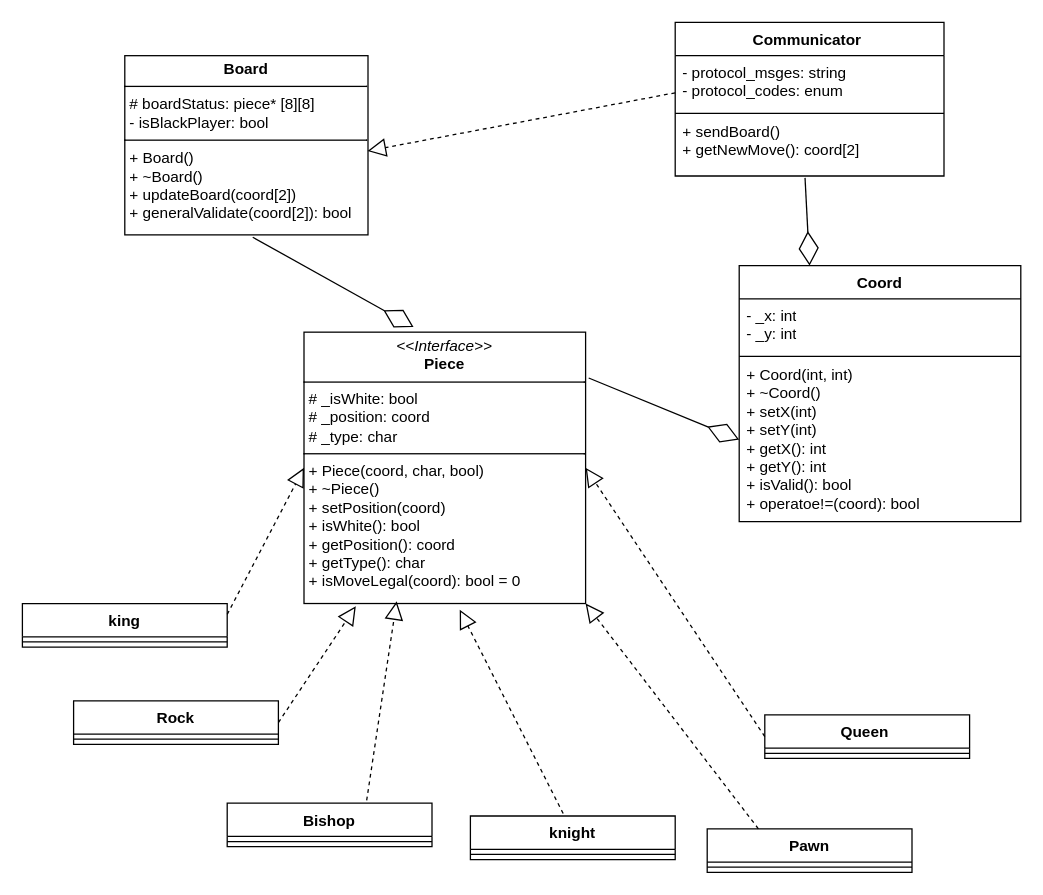
This is ChessGame_frontend_UML.drawio from ShonPis1/ChessTeam4, a draw.io file, before an edit. Source tidied: cells renumbered, new cells numbered last; positions are measured from the earlier drawing's top-left corner, leaving out a move shared by most shapes. Both pictures are drawn from the tidied source at 128%, with x=0, y=0 at pixel (22, 22).
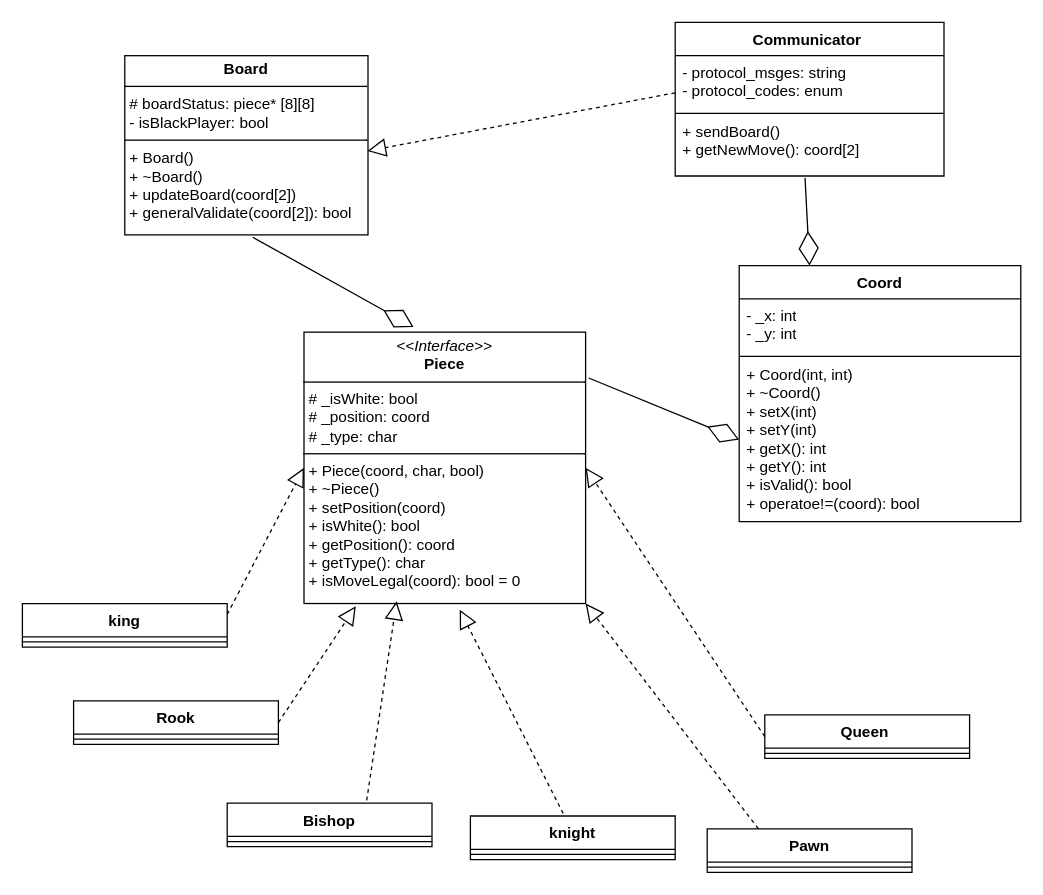
After the change.

Commit message (it also covers changes not shown here):
faet: implement of Rook class

The edit, as a diff of the source:
```diff
@@
-    <mxCell id="16" value="Rock" style="swimlane;fontStyle=1;align=center;verticalAlign=top;horizontal=1;startSize=26;whiteSpace=wrap;html=1;" parent="1" vertex="1">
+    <mxCell id="16" value="Rook" style="swimlane;fontStyle=1;align=center;verticalAlign=top;horizontal=1;startSize=26;whiteSpace=wrap;html=1;" parent="1" vertex="1">
       <mxGeometry x="40" y="530" width="160" height="34" as="geometry" />
     </mxCell>
```
